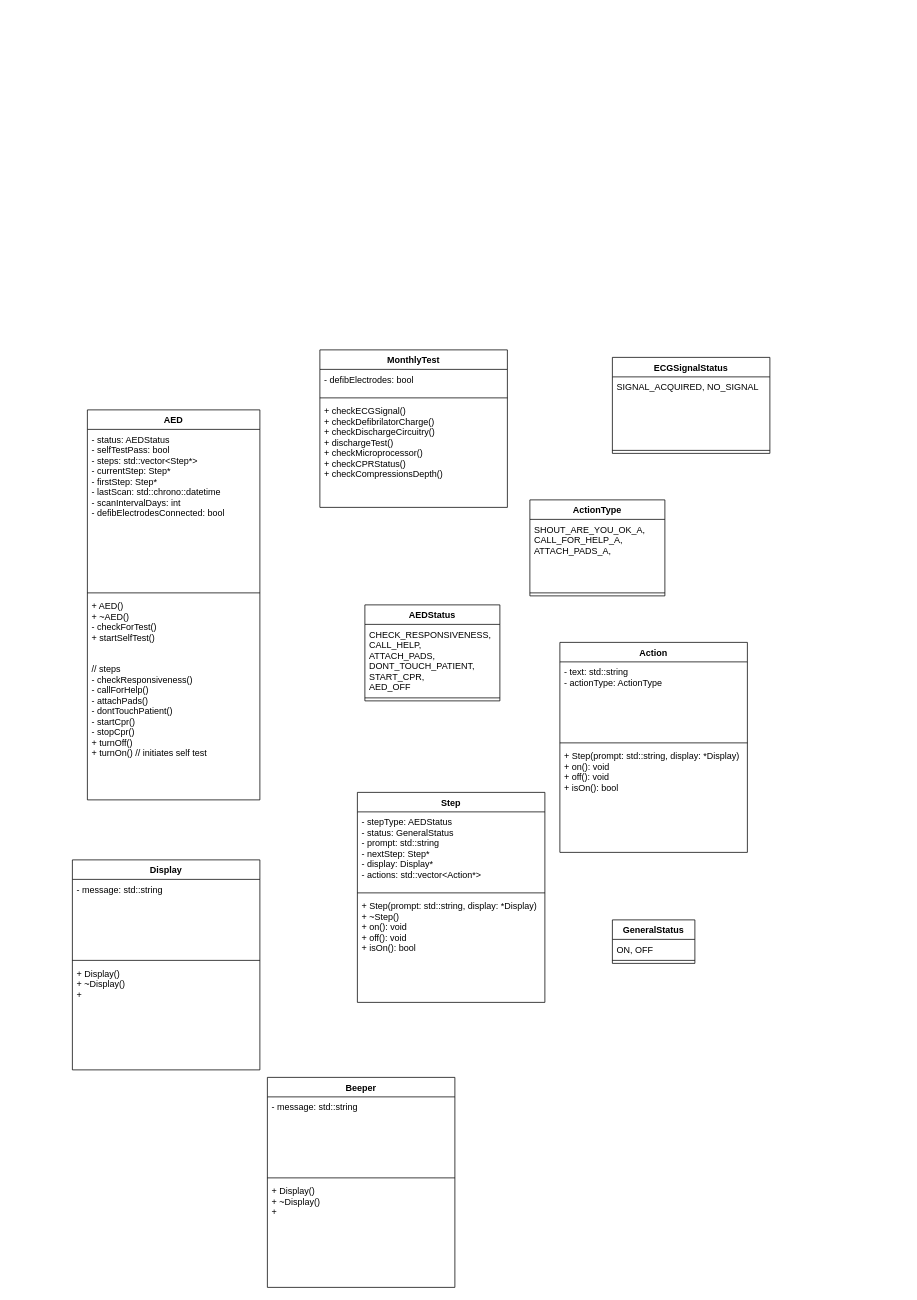
Earlier version of the draw.io diagram docs/class-diagram/a4-class-diagram.drawio (HamzaAlsarakbi/AEDSimulator). Source tidied: cells renumbered, new cells numbered last; positions are measured from the earlier drawing's top-left corner, leaving out a move shared by most shapes. Both pictures are drawn from the tidied source at 75%, with x=0, y=0 at pixel (72, 350).
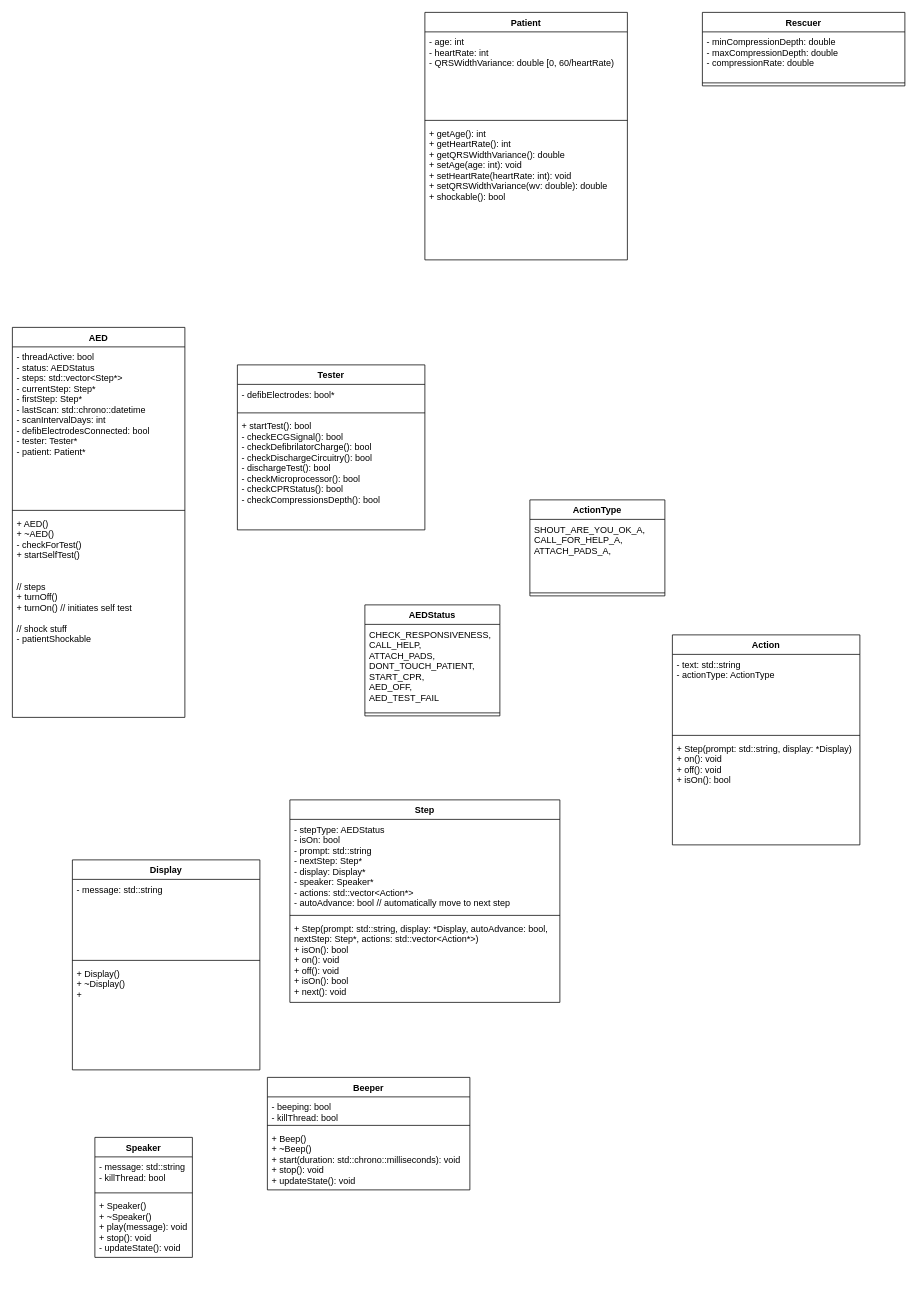
The same page after the edit.

Commit message (it also covers changes not shown here):
updated class diagram

Diff of the diagram source:
```diff
@@
     <mxCell id="2" value="AED" style="swimlane;fontStyle=1;align=center;verticalAlign=top;horizontal=1;startSize=26;" parent="1" vertex="1">
-      <mxGeometry x="20" y="80" width="230" height="520" as="geometry" />
+      <mxGeometry x="-80" y="-30" width="230" height="520" as="geometry" />
     </mxCell>
-    <mxCell id="3" value="- status: AEDStatus&#10;- selfTestPass: bool&#10;- steps: std::vector&lt;Step*&gt;&#10;- currentStep: Step*&#10;- firstStep: Step*&#10;- lastScan: std::chrono::datetime&#10;- scanIntervalDays: int&#10;- defibElectrodesConnected: bool&#10;&#10;&#10;" style="text;strokeColor=none;fillColor=none;align=left;verticalAlign=top;spacingLeft=4;spacingRight=4;overflow=hidden;" parent="2" vertex="1">
+    <mxCell id="3" value="- threadActive: bool&#10;- status: AEDStatus&#10;- steps: std::vector&lt;Step*&gt;&#10;- currentStep: Step*&#10;- firstStep: Step*&#10;- lastScan: std::chrono::datetime&#10;- scanIntervalDays: int&#10;- defibElectrodesConnected: bool&#10;- tester: Tester*&#10;- patient: Patient*" style="text;strokeColor=none;fillColor=none;align=left;verticalAlign=top;spacingLeft=4;spacingRight=4;overflow=hidden;" parent="2" vertex="1">
       <mxGeometry y="26" width="230" height="214" as="geometry" />
     </mxCell>
@@
-    <mxCell id="5" value="+ AED()&#10;+ ~AED()&#10;- checkForTest()&#10;+ startSelfTest()&#10;&#10;&#10;// steps&#10;- checkResponsiveness()&#10;- callForHelp()&#10;- attachPads()&#10;- dontTouchPatient()&#10;- startCpr()&#10;- stopCpr()&#10;+ turnOff()&#10;+ turnOn() // initiates self test" style="text;strokeColor=none;fillColor=none;align=left;verticalAlign=top;spacingLeft=4;spacingRight=4;overflow=hidden;" parent="2" vertex="1">
+    <mxCell id="5" value="+ AED()&#10;+ ~AED()&#10;- checkForTest()&#10;+ startSelfTest()&#10;&#10;&#10;// steps&#10;+ turnOff()&#10;+ turnOn() // initiates self test&#10;&#10;// shock stuff&#10;- patientShockable" style="text;strokeColor=none;fillColor=none;align=left;verticalAlign=top;spacingLeft=4;spacingRight=4;overflow=hidden;" parent="2" vertex="1">
       <mxGeometry y="248" width="230" height="272" as="geometry" />
     </mxCell>
     <mxCell id="6" value="AEDStatus" style="swimlane;fontStyle=1;align=center;verticalAlign=top;horizontal=1;startSize=26;" parent="1" vertex="1">
-      <mxGeometry x="390" y="340" width="180" height="128" as="geometry" />
+      <mxGeometry x="390" y="340" width="180" height="148" as="geometry" />
     </mxCell>
-    <mxCell id="7" value="CHECK_RESPONSIVENESS,&#10;CALL_HELP,&#10;ATTACH_PADS,&#10;DONT_TOUCH_PATIENT,&#10;START_CPR,&#10;AED_OFF&#10;" style="text;strokeColor=none;fillColor=none;align=left;verticalAlign=top;spacingLeft=4;spacingRight=4;overflow=hidden;" parent="6" vertex="1">
-      <mxGeometry y="26" width="180" height="94" as="geometry" />
+    <mxCell id="7" value="CHECK_RESPONSIVENESS,&#10;CALL_HELP,&#10;ATTACH_PADS,&#10;DONT_TOUCH_PATIENT,&#10;START_CPR,&#10;AED_OFF,&#10;AED_TEST_FAIL&#10;" style="text;strokeColor=none;fillColor=none;align=left;verticalAlign=top;spacingLeft=4;spacingRight=4;overflow=hidden;" parent="6" vertex="1">
+      <mxGeometry y="26" width="180" height="114" as="geometry" />
     </mxCell>
     <mxCell id="8" style="line;strokeWidth=1;fillColor=none;align=left;verticalAlign=middle;spacingTop=-1;spacingLeft=3;spacingRight=3;labelPosition=right;strokeColor=inherit;" parent="6" vertex="1">
-      <mxGeometry y="120" width="180" height="8" as="geometry" />
+      <mxGeometry y="140" width="180" height="8" as="geometry" />
     </mxCell>
     <mxCell id="9" value="Step" style="swimlane;fontStyle=1;align=center;verticalAlign=top;horizontal=1;startSize=26;" parent="1" vertex="1">
-      <mxGeometry x="380" y="590" width="250" height="280" as="geometry" />
+      <mxGeometry x="290" y="600" width="360" height="270" as="geometry" />
     </mxCell>
-    <mxCell id="10" value="- stepType: AEDStatus&#10;- status: GeneralStatus&#10;- prompt: std::string&#10;- nextStep: Step*&#10;- display: Display*&#10;- actions: std::vector&lt;Action*&gt;&#10;" style="text;strokeColor=none;fillColor=none;align=left;verticalAlign=top;spacingLeft=4;spacingRight=4;overflow=hidden;" parent="9" vertex="1">
-      <mxGeometry y="26" width="250" height="104" as="geometry" />
+    <mxCell id="10" value="- stepType: AEDStatus&#10;- isOn: bool&#10;- prompt: std::string&#10;- nextStep: Step*&#10;- display: Display*&#10;- speaker: Speaker*&#10;- actions: std::vector&lt;Action*&gt;&#10;- autoAdvance: bool // automatically move to next step" style="text;strokeColor=none;fillColor=none;align=left;verticalAlign=top;spacingLeft=4;spacingRight=4;overflow=hidden;" parent="9" vertex="1">
+      <mxGeometry y="26" width="360" height="124" as="geometry" />
     </mxCell>
     <mxCell id="11" style="line;strokeWidth=1;fillColor=none;align=left;verticalAlign=middle;spacingTop=-1;spacingLeft=3;spacingRight=3;labelPosition=right;strokeColor=inherit;" parent="9" vertex="1">
-      <mxGeometry y="130" width="250" height="8" as="geometry" />
+      <mxGeometry y="150" width="360" height="8" as="geometry" />
     </mxCell>
-    <mxCell id="12" value="+ Step(prompt: std::string, display: *Display)&#10;+ ~Step()&#10;+ on(): void&#10;+ off(): void&#10;+ isOn(): bool&#10;" style="text;strokeColor=none;fillColor=none;align=left;verticalAlign=top;spacingLeft=4;spacingRight=4;overflow=hidden;" parent="9" vertex="1">
-      <mxGeometry y="138" width="250" height="142" as="geometry" />
+    <mxCell id="12" value="+ Step(prompt: std::string, display: *Display, autoAdvance: bool,&#10;nextStep: Step*, actions: std::vector&lt;Action*&gt;)&#10;+ isOn(): bool&#10;+ on(): void&#10;+ off(): void&#10;+ isOn(): bool&#10;+ next(): void&#10;" style="text;strokeColor=none;fillColor=none;align=left;verticalAlign=top;spacingLeft=4;spacingRight=4;overflow=hidden;" parent="9" vertex="1">
+      <mxGeometry y="158" width="360" height="112" as="geometry" />
     </mxCell>
-    <mxCell id="13" value="GeneralStatus" style="swimlane;fontStyle=1;align=center;verticalAlign=top;horizontal=1;startSize=26;" parent="1" vertex="1">
-      <mxGeometry x="720" y="760" width="110" height="58" as="geometry" />
-    </mxCell>
-    <mxCell id="14" value="ON, OFF" style="text;strokeColor=none;fillColor=none;align=left;verticalAlign=top;spacingLeft=4;spacingRight=4;overflow=hidden;" parent="13" vertex="1">
-      <mxGeometry y="26" width="110" height="24" as="geometry" />
-    </mxCell>
-    <mxCell id="15" style="line;strokeWidth=1;fillColor=none;align=left;verticalAlign=middle;spacingTop=-1;spacingLeft=3;spacingRight=3;labelPosition=right;strokeColor=inherit;" parent="13" vertex="1">
-      <mxGeometry y="50" width="110" height="8" as="geometry" />
-    </mxCell>
@@
     <mxCell id="20" value="Action" style="swimlane;fontStyle=1;align=center;verticalAlign=top;horizontal=1;startSize=26;" parent="1" vertex="1">
-      <mxGeometry x="650" y="390" width="250" height="280" as="geometry" />
+      <mxGeometry x="800" y="380" width="250" height="280" as="geometry" />
     </mxCell>
@@
-    <mxCell id="27" value="Beeper" style="swimlane;fontStyle=1;align=center;verticalAlign=top;horizontal=1;startSize=26;" parent="1" vertex="1">
-      <mxGeometry x="260" y="970" width="250" height="280" as="geometry" />
-    </mxCell>
-    <mxCell id="28" value="- message: std::string&#10;" style="text;strokeColor=none;fillColor=none;align=left;verticalAlign=top;spacingLeft=4;spacingRight=4;overflow=hidden;" parent="27" vertex="1">
-      <mxGeometry y="26" width="250" height="104" as="geometry" />
-    </mxCell>
-    <mxCell id="29" style="line;strokeWidth=1;fillColor=none;align=left;verticalAlign=middle;spacingTop=-1;spacingLeft=3;spacingRight=3;labelPosition=right;strokeColor=inherit;" parent="27" vertex="1">
-      <mxGeometry y="130" width="250" height="8" as="geometry" />
-    </mxCell>
-    <mxCell id="30" value="+ Display()&#10;+ ~Display()&#10;+ " style="text;strokeColor=none;fillColor=none;align=left;verticalAlign=top;spacingLeft=4;spacingRight=4;overflow=hidden;" parent="27" vertex="1">
-      <mxGeometry y="138" width="250" height="142" as="geometry" />
-    </mxCell>
-    <mxCell id="31" value="MonthlyTest" style="swimlane;fontStyle=1;align=center;verticalAlign=top;horizontal=1;startSize=26;" parent="1" vertex="1">
-      <mxGeometry x="330" width="250" height="210" as="geometry" />
+    <mxCell id="31" value="Tester" style="swimlane;fontStyle=1;align=center;verticalAlign=top;horizontal=1;startSize=26;" parent="1" vertex="1">
+      <mxGeometry x="220" y="20" width="250" height="220" as="geometry" />
     </mxCell>
-    <mxCell id="32" value="- defibElectrodes: bool" style="text;strokeColor=none;fillColor=none;align=left;verticalAlign=top;spacingLeft=4;spacingRight=4;overflow=hidden;" parent="31" vertex="1">
+    <mxCell id="32" value="- defibElectrodes: bool*" style="text;strokeColor=none;fillColor=none;align=left;verticalAlign=top;spacingLeft=4;spacingRight=4;overflow=hidden;" parent="31" vertex="1">
       <mxGeometry y="26" width="250" height="34" as="geometry" />
     </mxCell>
@@
-    <mxCell id="34" value="+ checkECGSignal()&#10;+ checkDefibrilatorCharge()&#10;+ checkDischargeCircuitry()&#10;+ dischargeTest()&#10;+ checkMicroprocessor()&#10;+ checkCPRStatus()&#10;+ checkCompressionsDepth()" style="text;strokeColor=none;fillColor=none;align=left;verticalAlign=top;spacingLeft=4;spacingRight=4;overflow=hidden;" parent="31" vertex="1">
-      <mxGeometry y="68" width="250" height="142" as="geometry" />
+    <mxCell id="34" value="+ startTest(): bool&#10;- checkECGSignal(): bool&#10;- checkDefibrilatorCharge(): bool&#10;- checkDischargeCircuitry(): bool&#10;- dischargeTest(): bool&#10;- checkMicroprocessor(): bool&#10;- checkCPRStatus(): bool&#10;- checkCompressionsDepth(): bool" style="text;strokeColor=none;fillColor=none;align=left;verticalAlign=top;spacingLeft=4;spacingRight=4;overflow=hidden;" parent="31" vertex="1">
+      <mxGeometry y="68" width="250" height="152" as="geometry" />
     </mxCell>
-    <mxCell id="35" value="ECGSignalStatus" style="swimlane;fontStyle=1;align=center;verticalAlign=top;horizontal=1;startSize=26;" parent="1" vertex="1">
-      <mxGeometry x="720" y="10" width="210" height="128" as="geometry" />
-    </mxCell>
-    <mxCell id="36" value="SIGNAL_ACQUIRED, NO_SIGNAL" style="text;strokeColor=none;fillColor=none;align=left;verticalAlign=top;spacingLeft=4;spacingRight=4;overflow=hidden;" parent="35" vertex="1">
-      <mxGeometry y="26" width="210" height="94" as="geometry" />
-    </mxCell>
-    <mxCell id="37" style="line;strokeWidth=1;fillColor=none;align=left;verticalAlign=middle;spacingTop=-1;spacingLeft=3;spacingRight=3;labelPosition=right;strokeColor=inherit;" parent="35" vertex="1">
-      <mxGeometry y="120" width="210" height="8" as="geometry" />
-    </mxCell>
+    <mxCell id="27" value="Beeper" style="swimlane;fontStyle=1;align=center;verticalAlign=top;horizontal=1;startSize=26;" parent="1" vertex="1">
+      <mxGeometry x="260" y="970" width="270" height="150" as="geometry" />
+    </mxCell>
+    <mxCell id="38" value="- beeping: bool&#10;- killThread: bool" style="text;strokeColor=none;fillColor=none;align=left;verticalAlign=top;spacingLeft=4;spacingRight=4;overflow=hidden;" parent="27" vertex="1">
+      <mxGeometry y="26" width="270" height="34" as="geometry" />
+    </mxCell>
+    <mxCell id="39" style="line;strokeWidth=1;fillColor=none;align=left;verticalAlign=middle;spacingTop=-1;spacingLeft=3;spacingRight=3;labelPosition=right;strokeColor=inherit;" parent="27" vertex="1">
+      <mxGeometry y="60" width="270" height="8" as="geometry" />
+    </mxCell>
+    <mxCell id="40" value="+ Beep()&#10;+ ~Beep()&#10;+ start(duration: std::chrono::milliseconds): void&#10;+ stop(): void&#10;+ updateState(): void&#10;" style="text;strokeColor=none;fillColor=none;align=left;verticalAlign=top;spacingLeft=4;spacingRight=4;overflow=hidden;" parent="27" vertex="1">
+      <mxGeometry y="68" width="270" height="82" as="geometry" />
+    </mxCell>
+    <mxCell id="41" value="Patient" style="swimlane;fontStyle=1;align=center;verticalAlign=top;horizontal=1;startSize=26;" parent="1" vertex="1">
+      <mxGeometry x="470" y="-450" width="270" height="330" as="geometry" />
+    </mxCell>
+    <mxCell id="42" value="- age: int&#10;- heartRate: int&#10;- QRSWidthVariance: double [0, 60/heartRate)" style="text;strokeColor=none;fillColor=none;align=left;verticalAlign=top;spacingLeft=4;spacingRight=4;overflow=hidden;" parent="41" vertex="1">
+      <mxGeometry y="26" width="270" height="114" as="geometry" />
+    </mxCell>
+    <mxCell id="43" style="line;strokeWidth=1;fillColor=none;align=left;verticalAlign=middle;spacingTop=-1;spacingLeft=3;spacingRight=3;labelPosition=right;strokeColor=inherit;" parent="41" vertex="1">
+      <mxGeometry y="140" width="270" height="8" as="geometry" />
+    </mxCell>
+    <mxCell id="44" value="+ getAge(): int&#10;+ getHeartRate(): int&#10;+ getQRSWidthVariance(): double&#10;+ setAge(age: int): void&#10;+ setHeartRate(heartRate: int): void&#10;+ setQRSWidthVariance(wv: double): double&#10;+ shockable(): bool" style="text;strokeColor=none;fillColor=none;align=left;verticalAlign=top;spacingLeft=4;spacingRight=4;overflow=hidden;" parent="41" vertex="1">
+      <mxGeometry y="148" width="270" height="182" as="geometry" />
+    </mxCell>
+    <mxCell id="45" value="Speaker" style="swimlane;fontStyle=1;align=center;verticalAlign=top;horizontal=1;startSize=26;" parent="1" vertex="1">
+      <mxGeometry x="30" y="1050" width="130" height="160" as="geometry" />
+    </mxCell>
+    <mxCell id="46" value="- message: std::string&#10;- killThread: bool" style="text;strokeColor=none;fillColor=none;align=left;verticalAlign=top;spacingLeft=4;spacingRight=4;overflow=hidden;" parent="45" vertex="1">
+      <mxGeometry y="26" width="130" height="44" as="geometry" />
+    </mxCell>
+    <mxCell id="47" style="line;strokeWidth=1;fillColor=none;align=left;verticalAlign=middle;spacingTop=-1;spacingLeft=3;spacingRight=3;labelPosition=right;strokeColor=inherit;" parent="45" vertex="1">
+      <mxGeometry y="70" width="130" height="8" as="geometry" />
+    </mxCell>
+    <mxCell id="48" value="+ Speaker()&#10;+ ~Speaker()&#10;+ play(message): void&#10;+ stop(): void&#10;- updateState(): void" style="text;strokeColor=none;fillColor=none;align=left;verticalAlign=top;spacingLeft=4;spacingRight=4;overflow=hidden;" parent="45" vertex="1">
+      <mxGeometry y="78" width="130" height="82" as="geometry" />
+    </mxCell>
+    <mxCell id="49" value="Rescuer" style="swimlane;fontStyle=1;align=center;verticalAlign=top;horizontal=1;startSize=26;" parent="1" vertex="1">
+      <mxGeometry x="840" y="-450" width="270" height="98" as="geometry" />
+    </mxCell>
+    <mxCell id="50" value="- minCompressionDepth: double&#10;- maxCompressionDepth: double&#10;- compressionRate: double" style="text;strokeColor=none;fillColor=none;align=left;verticalAlign=top;spacingLeft=4;spacingRight=4;overflow=hidden;" parent="49" vertex="1">
+      <mxGeometry y="26" width="270" height="64" as="geometry" />
+    </mxCell>
+    <mxCell id="51" style="line;strokeWidth=1;fillColor=none;align=left;verticalAlign=middle;spacingTop=-1;spacingLeft=3;spacingRight=3;labelPosition=right;strokeColor=inherit;" parent="49" vertex="1">
+      <mxGeometry y="90" width="270" height="8" as="geometry" />
+    </mxCell>
```
